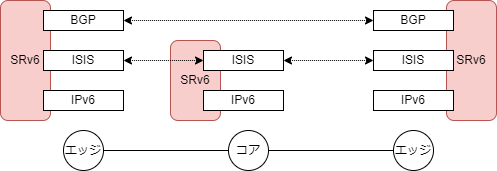
Above: doc/img/fig_4.drawio.png in takamitsu-iida/srv6-guide (draw.io), before the change. Source tidied: cells renumbered, new cells last; positions are measured from the earlier drawing's top-left corner, leaving out a move shared by most shapes.
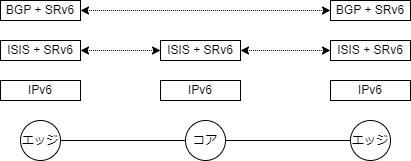
After the commit.

The edit, as a diff of the source:
```diff
@@ -2,15 +2,6 @@
   <root>
     <mxCell id="0" />
     <mxCell id="1" parent="0" />
-    <mxCell id="2" value="SRv6" style="rounded=1;whiteSpace=wrap;html=1;fillColor=#f8cecc;strokeColor=#b85450;" parent="1" vertex="1">
-      <mxGeometry width="50" height="120" as="geometry" />
-    </mxCell>
-    <mxCell id="3" value="SRv6" style="rounded=1;whiteSpace=wrap;html=1;fillColor=#f8cecc;strokeColor=#b85450;" parent="1" vertex="1">
-      <mxGeometry x="170" y="40" width="50" height="80" as="geometry" />
-    </mxCell>
-    <mxCell id="4" value="SRv6" style="rounded=1;whiteSpace=wrap;html=1;fillColor=#f8cecc;strokeColor=#b85450;" parent="1" vertex="1">
-      <mxGeometry x="446" width="50" height="120" as="geometry" />
-    </mxCell>
     <mxCell id="5" value="エッジ" style="ellipse;whiteSpace=wrap;html=1;" parent="1" vertex="1">
       <mxGeometry x="63" y="130" width="40" height="40" as="geometry" />
     </mxCell>
@@ -35,19 +26,19 @@
     <mxCell id="12" value="IPv6" style="rounded=0;whiteSpace=wrap;html=1;" parent="1" vertex="1">
       <mxGeometry x="373" y="90" width="80" height="20" as="geometry" />
     </mxCell>
-    <mxCell id="13" value="ISIS" style="rounded=0;whiteSpace=wrap;html=1;" parent="1" vertex="1">
+    <mxCell id="13" value="ISIS + SRv6" style="rounded=0;whiteSpace=wrap;html=1;" parent="1" vertex="1">
       <mxGeometry x="43" y="50" width="80" height="20" as="geometry" />
     </mxCell>
-    <mxCell id="14" value="ISIS" style="rounded=0;whiteSpace=wrap;html=1;" parent="1" vertex="1">
+    <mxCell id="14" value="ISIS + SRv6" style="rounded=0;whiteSpace=wrap;html=1;" parent="1" vertex="1">
       <mxGeometry x="203" y="50" width="80" height="20" as="geometry" />
     </mxCell>
-    <mxCell id="15" value="ISIS" style="rounded=0;whiteSpace=wrap;html=1;" parent="1" vertex="1">
+    <mxCell id="15" value="ISIS + SRv6" style="rounded=0;whiteSpace=wrap;html=1;" parent="1" vertex="1">
       <mxGeometry x="373" y="50" width="80" height="20" as="geometry" />
     </mxCell>
-    <mxCell id="16" value="BGP" style="rounded=0;whiteSpace=wrap;html=1;" parent="1" vertex="1">
+    <mxCell id="16" value="BGP + SRv6" style="rounded=0;whiteSpace=wrap;html=1;" parent="1" vertex="1">
       <mxGeometry x="43" y="10" width="80" height="20" as="geometry" />
     </mxCell>
-    <mxCell id="17" value="BGP" style="rounded=0;whiteSpace=wrap;html=1;" parent="1" vertex="1">
+    <mxCell id="17" value="BGP + SRv6" style="rounded=0;whiteSpace=wrap;html=1;" parent="1" vertex="1">
       <mxGeometry x="373" y="10" width="80" height="20" as="geometry" />
     </mxCell>
     <mxCell id="18" style="endArrow=classic;startArrow=classic;html=1;dashed=1;dashPattern=1 1;entryX=0;entryY=0.5;entryDx=0;entryDy=0;" parent="1" edge="1" target="14">
```
